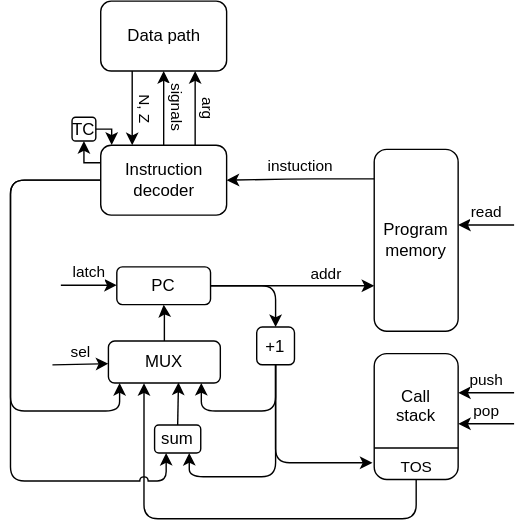
Before: img/control_unit.svg, a diagram exported from draw.io (Kliodt/csa_lab). Source tidied: cells renumbered, new cells last; positions are measured from the earlier drawing's top-left corner, leaving out a move shared by most shapes.
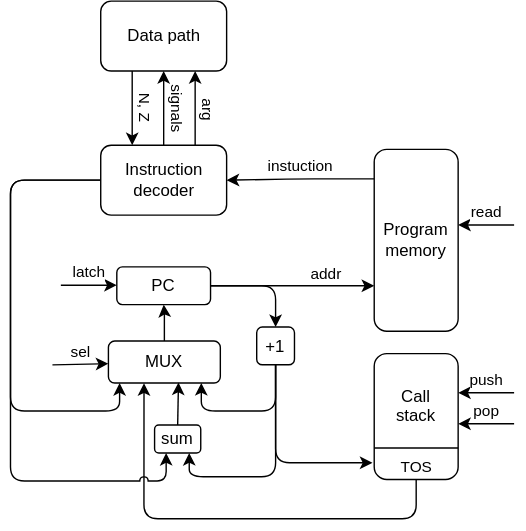
Above is the later version.

Change to the diagram source:
```diff
@@ -78,9 +78,6 @@
         </Array>
       </mxGeometry>
     </mxCell>
-    <mxCell id="21" style="edgeStyle=orthogonalEdgeStyle;rounded=0;jettySize=auto;html=1;exitX=0;exitY=0.25;exitDx=0;exitDy=0;entryX=0.5;entryY=1;entryDx=0;entryDy=0;" parent="1" edge="1" source="22" target="31">
-      <mxGeometry relative="1" as="geometry" />
-    </mxCell>
     <mxCell id="22" value="Instruction&lt;div&gt;decoder&lt;/div&gt;" style="rounded=1;whiteSpace=wrap;html=1;" parent="1" vertex="1">
       <mxGeometry x="64.5" y="103" width="90" height="50" as="geometry" />
     </mxCell>
@@ -130,11 +127,5 @@
         <mxPoint x="70" y="259.2" as="targetPoint" />
       </mxGeometry>
     </mxCell>
-    <mxCell id="31" value="TC" style="rounded=1;whiteSpace=wrap;html=1;" parent="1" vertex="1">
-      <mxGeometry x="44" y="83" width="17" height="17" as="geometry" />
-    </mxCell>
-    <mxCell id="32" style="edgeStyle=orthogonalEdgeStyle;rounded=0;jettySize=auto;html=1;exitX=1;exitY=0.5;exitDx=0;exitDy=0;entryX=0.087;entryY=-0.004;entryDx=0;entryDy=0;entryPerimeter=0;" parent="1" edge="1" source="31" target="22">
-      <mxGeometry relative="1" as="geometry" />
-    </mxCell>
   </root>
 </mxGraphModel>
```
